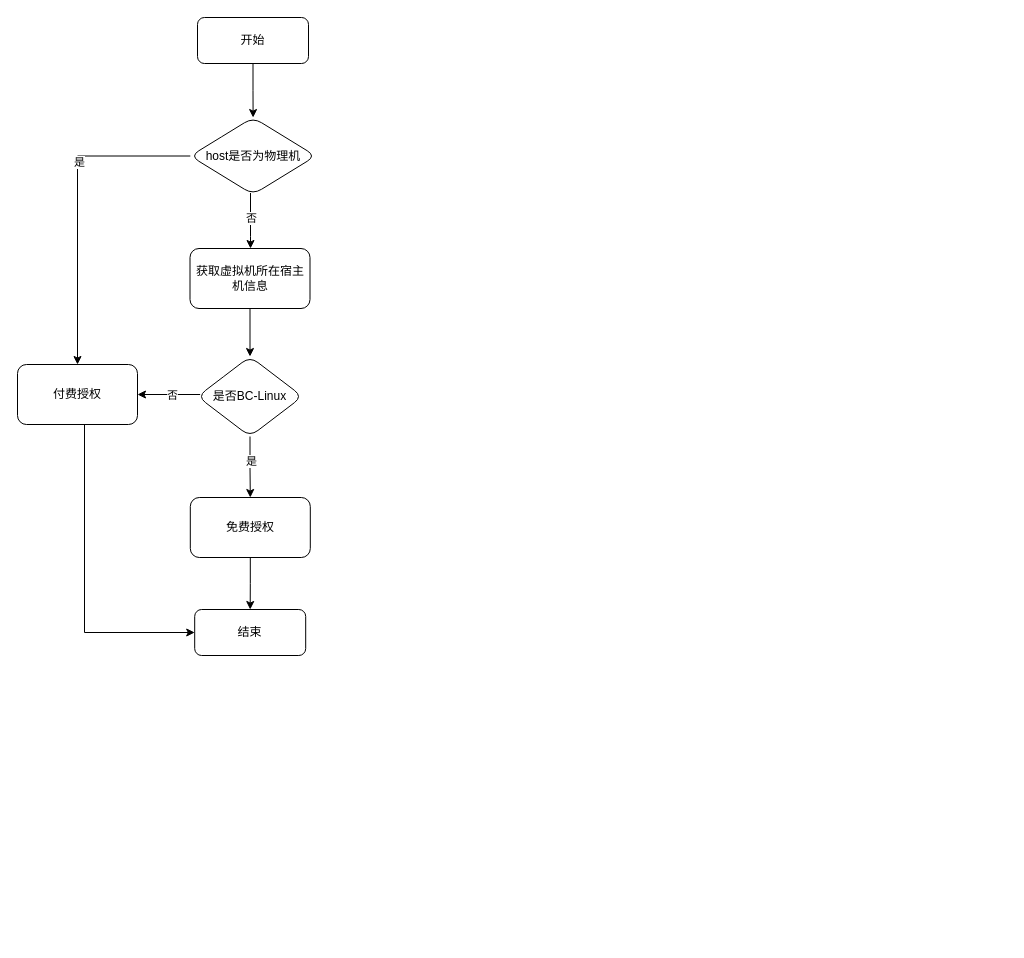
HurryUpWb/pdf keeps this draw.io diagram as free-auth.drawio. Above is the earlier version. Source tidied: cells renumbered, new cells numbered last; positions are measured from the earlier drawing's top-left corner, leaving out a move shared by most shapes. Both pictures are drawn from the tidied source at 100%, with x=0, y=0 at pixel (17, 17).
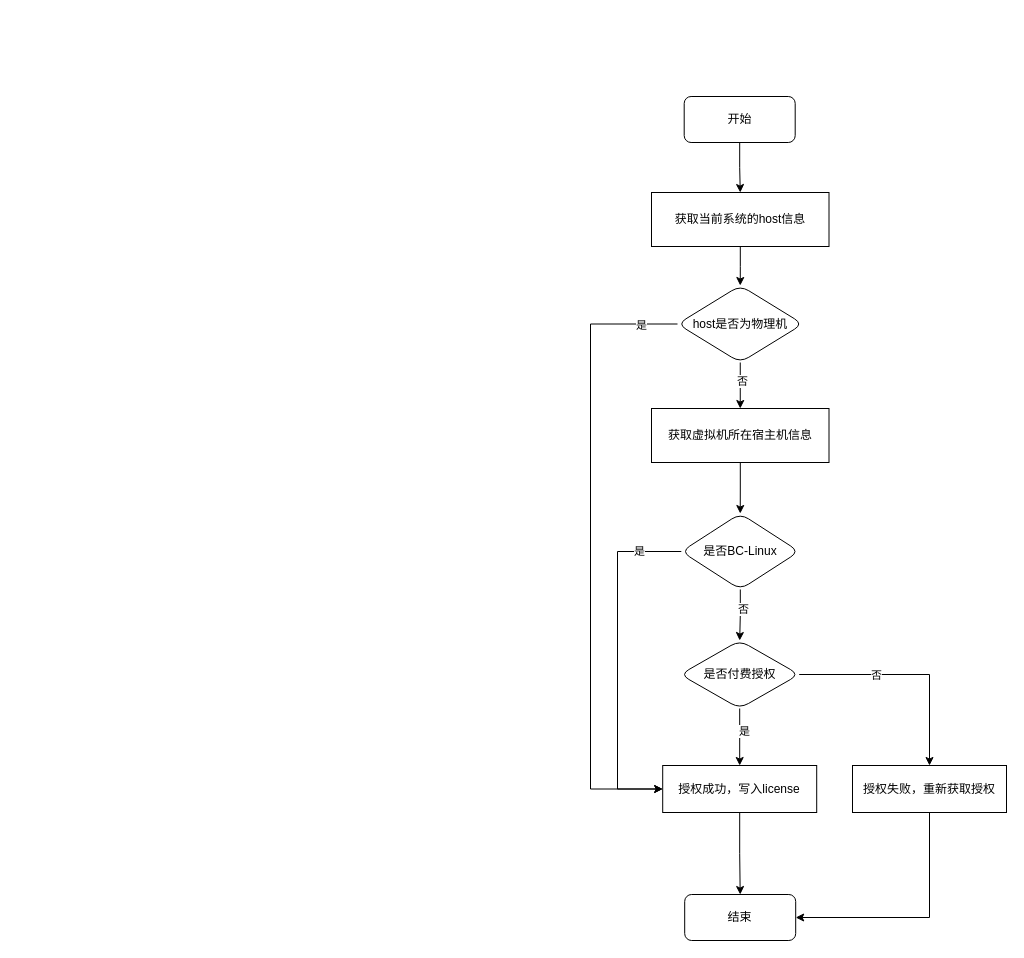
The same page after the edit.

Diff of the diagram source:
```diff
@@
-    <mxCell id="2" style="edgeStyle=orthogonalEdgeStyle;rounded=0;jettySize=auto;html=1;" parent="1" edge="1" source="3" target="8">
-      <mxGeometry relative="1" as="geometry" />
-    </mxCell>
+    <mxCell id="21" style="edgeStyle=orthogonalEdgeStyle;rounded=0;jettySize=auto;html=1;entryX=0.5;entryY=0;entryDx=0;entryDy=0;" parent="1" edge="1" source="3" target="23">
+      <mxGeometry relative="1" as="geometry" />
+    </mxCell>
     <mxCell id="3" value="开始" style="rounded=1;whiteSpace=wrap;html=1;" parent="1" vertex="1">
-      <mxGeometry x="180" width="111" height="46" as="geometry" />
+      <mxGeometry x="666.7" y="79" width="111" height="46" as="geometry" />
     </mxCell>
-    <mxCell id="4" style="edgeStyle=orthogonalEdgeStyle;rounded=0;jettySize=auto;html=1;" parent="1" edge="1" source="8" target="10">
-      <mxGeometry relative="1" as="geometry" />
-    </mxCell>
-    <mxCell id="5" value="是" style="edgeLabel;html=1;align=center;verticalAlign=middle;" parent="4" vertex="1">
-      <mxGeometry x="-0.26" y="1" relative="1" as="geometry" />
-    </mxCell>
+    <mxCell id="22" style="edgeStyle=orthogonalEdgeStyle;rounded=0;jettySize=auto;html=1;entryX=0.5;entryY=0;entryDx=0;entryDy=0;" parent="1" edge="1" source="23" target="8">
+      <mxGeometry relative="1" as="geometry" />
+    </mxCell>
+    <mxCell id="23" value="获取当前系统的host信息" style="rounded=0;whiteSpace=wrap;html=1;" parent="1" vertex="1">
+      <mxGeometry x="634" y="175" width="177.5" height="54" as="geometry" />
+    </mxCell>
     <mxCell id="6" style="edgeStyle=orthogonalEdgeStyle;rounded=0;jettySize=auto;html=1;" parent="1" edge="1" source="8" target="12">
-      <mxGeometry relative="1" as="geometry">
-        <Array as="points">
-          <mxPoint x="233" y="219" />
-          <mxPoint x="233" y="219" />
-        </Array>
-      </mxGeometry>
+      <mxGeometry relative="1" as="geometry" />
     </mxCell>
-    <mxCell id="7" value="否" style="edgeLabel;html=1;align=center;verticalAlign=middle;" parent="6" vertex="1">
-      <mxGeometry x="-0.11" relative="1" as="geometry" />
-    </mxCell>
+    <mxCell id="24" value="否" style="edgeLabel;html=1;align=center;verticalAlign=middle;" parent="6" vertex="1">
+      <mxGeometry x="-0.22" y="2" relative="1" as="geometry" />
+    </mxCell>
+    <mxCell id="25" style="edgeStyle=orthogonalEdgeStyle;rounded=0;jettySize=auto;html=1;entryX=0;entryY=0.5;entryDx=0;entryDy=0;" parent="1" edge="1" source="8" target="28">
+      <mxGeometry relative="1" as="geometry">
+        <Array as="points">
+          <mxPoint x="573" y="307" />
+          <mxPoint x="573" y="772" />
+        </Array>
+      </mxGeometry>
+    </mxCell>
+    <mxCell id="26" value="是" style="edgeLabel;html=1;align=center;verticalAlign=middle;" parent="25" vertex="1">
+      <mxGeometry x="-0.88" y="1" relative="1" as="geometry" />
+    </mxCell>
     <mxCell id="8" value="host是否为物理机" style="rhombus;whiteSpace=wrap;html=1;rounded=1;" parent="1" vertex="1">
-      <mxGeometry x="172.8" y="100" width="125.5" height="77" as="geometry" />
+      <mxGeometry x="660" y="268" width="125.5" height="77" as="geometry" />
     </mxCell>
-    <mxCell id="9" style="edgeStyle=orthogonalEdgeStyle;rounded=0;jettySize=auto;html=1;entryX=0;entryY=0.5;entryDx=0;entryDy=0;" parent="1" edge="1" source="10" target="20">
-      <mxGeometry relative="1" as="geometry">
-        <Array as="points">
-          <mxPoint x="67" y="615" />
-        </Array>
-      </mxGeometry>
-    </mxCell>
-    <mxCell id="10" value="付费授权" style="whiteSpace=wrap;html=1;rounded=1;" parent="1" vertex="1">
-      <mxGeometry y="347" width="120" height="60" as="geometry" />
-    </mxCell>
+    <mxCell id="27" style="edgeStyle=orthogonalEdgeStyle;rounded=0;jettySize=auto;html=1;entryX=0.5;entryY=0;entryDx=0;entryDy=0;" parent="1" edge="1" source="28" target="20">
+      <mxGeometry relative="1" as="geometry" />
+    </mxCell>
+    <mxCell id="28" value="授权成功，写入license" style="rounded=0;whiteSpace=wrap;html=1;" parent="1" vertex="1">
+      <mxGeometry x="645.2" y="748" width="154" height="47" as="geometry" />
+    </mxCell>
+    <mxCell id="20" value="结束" style="rounded=1;whiteSpace=wrap;html=1;" parent="1" vertex="1">
+      <mxGeometry x="667.2" y="877" width="111" height="46" as="geometry" />
+    </mxCell>
-    <mxCell id="11" style="edgeStyle=orthogonalEdgeStyle;rounded=0;jettySize=auto;html=1;" parent="1" edge="1" source="12" target="17">
+    <mxCell id="11" style="edgeStyle=orthogonalEdgeStyle;rounded=0;jettySize=auto;html=1;entryX=0.5;entryY=0;entryDx=0;entryDy=0;" parent="1" edge="1" source="12" target="17">
       <mxGeometry relative="1" as="geometry" />
     </mxCell>
-    <mxCell id="12" value="获取虚拟机所在宿主机信息" style="whiteSpace=wrap;html=1;rounded=1;" parent="1" vertex="1">
-      <mxGeometry x="172.5" y="231" width="120" height="60" as="geometry" />
+    <mxCell id="12" value="获取虚拟机所在宿主机信息" style="rounded=0;whiteSpace=wrap;html=1;" parent="1" vertex="1">
+      <mxGeometry x="634" y="391" width="177.5" height="54" as="geometry" />
     </mxCell>
-    <mxCell id="13" style="edgeStyle=orthogonalEdgeStyle;rounded=0;jettySize=auto;html=1;" parent="1" edge="1" source="17" target="19">
-      <mxGeometry relative="1" as="geometry" />
-    </mxCell>
-    <mxCell id="14" value="是" style="edgeLabel;html=1;align=center;verticalAlign=middle;" parent="13" vertex="1">
-      <mxGeometry x="-0.21" y="1" relative="1" as="geometry" />
-    </mxCell>
-    <mxCell id="15" style="edgeStyle=orthogonalEdgeStyle;rounded=0;jettySize=auto;html=1;entryX=1;entryY=0.5;entryDx=0;entryDy=0;" parent="1" edge="1" source="17" target="10">
-      <mxGeometry relative="1" as="geometry">
-        <Array as="points">
-          <mxPoint x="123" y="377" />
-        </Array>
-      </mxGeometry>
-    </mxCell>
-    <mxCell id="16" value="否" style="edgeLabel;html=1;align=center;verticalAlign=middle;" parent="15" vertex="1">
-      <mxGeometry x="-0.1" relative="1" as="geometry" />
-    </mxCell>
+    <mxCell id="29" style="edgeStyle=orthogonalEdgeStyle;rounded=0;jettySize=auto;html=1;entryX=0.5;entryY=0;entryDx=0;entryDy=0;" parent="1" edge="1" source="17" target="37">
+      <mxGeometry relative="1" as="geometry" />
+    </mxCell>
+    <mxCell id="30" value="否" style="edgeLabel;html=1;align=center;verticalAlign=middle;" parent="29" vertex="1">
+      <mxGeometry x="-0.22" y="3" relative="1" as="geometry" />
+    </mxCell>
+    <mxCell id="31" style="edgeStyle=orthogonalEdgeStyle;rounded=0;jettySize=auto;html=1;entryX=0;entryY=0.5;entryDx=0;entryDy=0;" parent="1" edge="1" source="17" target="28">
+      <mxGeometry relative="1" as="geometry">
+        <Array as="points">
+          <mxPoint x="600" y="534" />
+          <mxPoint x="600" y="772" />
+        </Array>
+      </mxGeometry>
+    </mxCell>
+    <mxCell id="32" value="是" style="edgeLabel;html=1;align=center;verticalAlign=middle;" parent="31" vertex="1">
+      <mxGeometry x="-0.76" y="-1" relative="1" as="geometry" />
+    </mxCell>
     <mxCell id="17" value="是否BC-Linux" style="rhombus;whiteSpace=wrap;html=1;rounded=1;" parent="1" vertex="1">
-      <mxGeometry x="180" y="339" width="105" height="80" as="geometry" />
+      <mxGeometry x="663.8" y="496" width="117.9" height="76" as="geometry" />
     </mxCell>
-    <mxCell id="18" style="edgeStyle=orthogonalEdgeStyle;rounded=0;jettySize=auto;html=1;" parent="1" edge="1" source="19" target="20">
-      <mxGeometry relative="1" as="geometry" />
-    </mxCell>
-    <mxCell id="19" value="免费授权" style="whiteSpace=wrap;html=1;rounded=1;" parent="1" vertex="1">
-      <mxGeometry x="172.8" y="480" width="120" height="60" as="geometry" />
-    </mxCell>
-    <mxCell id="20" value="结束" style="rounded=1;whiteSpace=wrap;html=1;" parent="1" vertex="1">
-      <mxGeometry x="177.2" y="592" width="111" height="46" as="geometry" />
-    </mxCell>
+    <mxCell id="33" style="edgeStyle=orthogonalEdgeStyle;rounded=0;jettySize=auto;html=1;entryX=0.5;entryY=0;entryDx=0;entryDy=0;" parent="1" edge="1" source="37" target="28">
+      <mxGeometry relative="1" as="geometry" />
+    </mxCell>
+    <mxCell id="34" value="是" style="edgeLabel;html=1;align=center;verticalAlign=middle;" parent="33" vertex="1">
+      <mxGeometry x="-0.23" y="4" relative="1" as="geometry" />
+    </mxCell>
+    <mxCell id="35" style="edgeStyle=orthogonalEdgeStyle;rounded=0;jettySize=auto;html=1;" parent="1" edge="1" source="37" target="39">
+      <mxGeometry relative="1" as="geometry" />
+    </mxCell>
+    <mxCell id="36" value="否" style="edgeLabel;html=1;align=center;verticalAlign=middle;" parent="35" vertex="1">
+      <mxGeometry x="-0.3" relative="1" as="geometry" />
+    </mxCell>
+    <mxCell id="37" value="是否付费授权" style="rhombus;whiteSpace=wrap;html=1;rounded=1;" parent="1" vertex="1">
+      <mxGeometry x="662.7" y="623" width="119" height="68" as="geometry" />
+    </mxCell>
+    <mxCell id="38" style="edgeStyle=orthogonalEdgeStyle;rounded=0;jettySize=auto;html=1;entryX=1;entryY=0.5;entryDx=0;entryDy=0;exitX=0.5;exitY=1;exitDx=0;exitDy=0;" parent="1" edge="1" source="39" target="20">
+      <mxGeometry relative="1" as="geometry">
+        <Array as="points">
+          <mxPoint x="912" y="900" />
+        </Array>
+      </mxGeometry>
+    </mxCell>
+    <mxCell id="39" value="授权失败，重新获取授权" style="rounded=0;whiteSpace=wrap;html=1;" parent="1" vertex="1">
+      <mxGeometry x="835" y="748" width="154" height="47" as="geometry" />
+    </mxCell>
```
